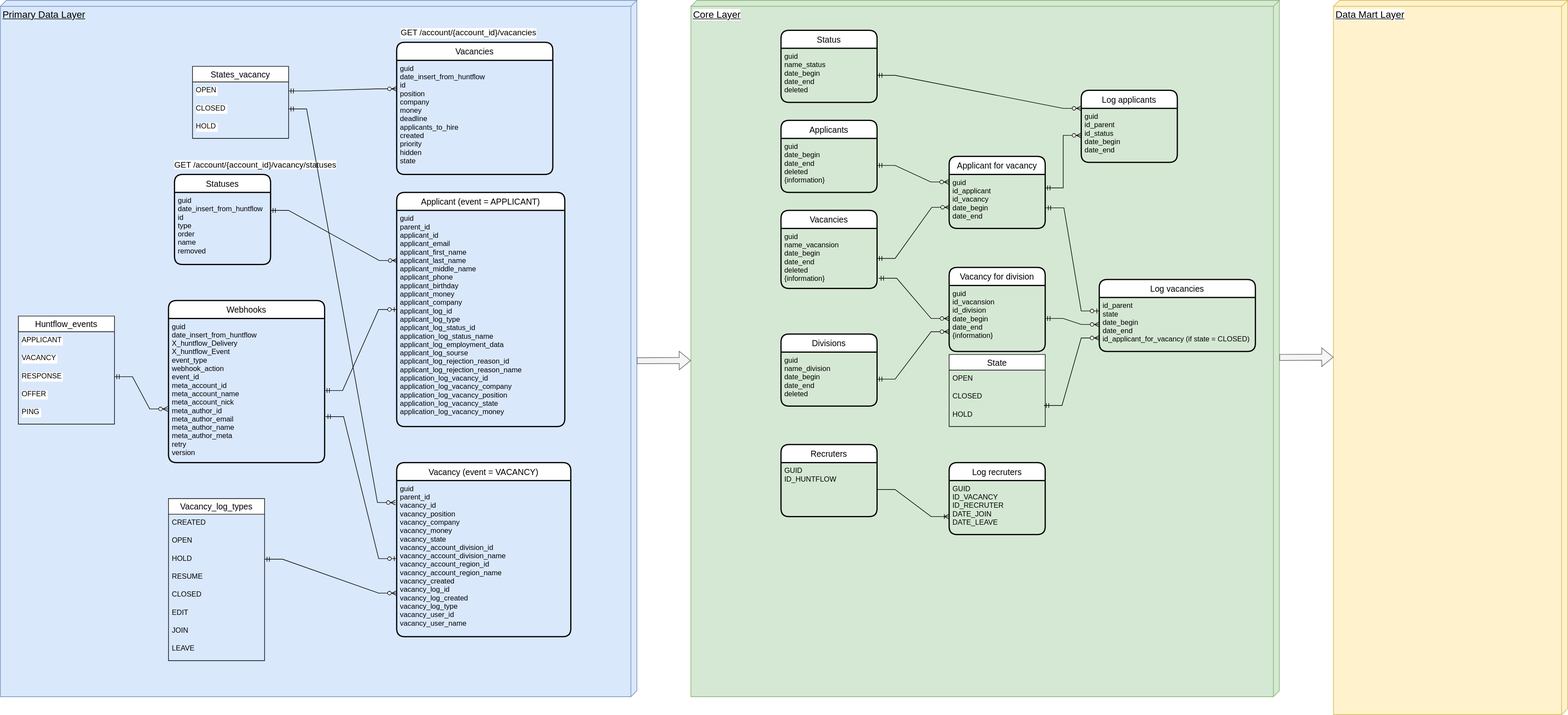
Before: er.drawio.svg, a diagram exported from draw.io (Rikanda/for_admitad). Source tidied: cells renumbered, new cells last; positions are measured from the earlier drawing's top-left corner, leaving out a move shared by most shapes.
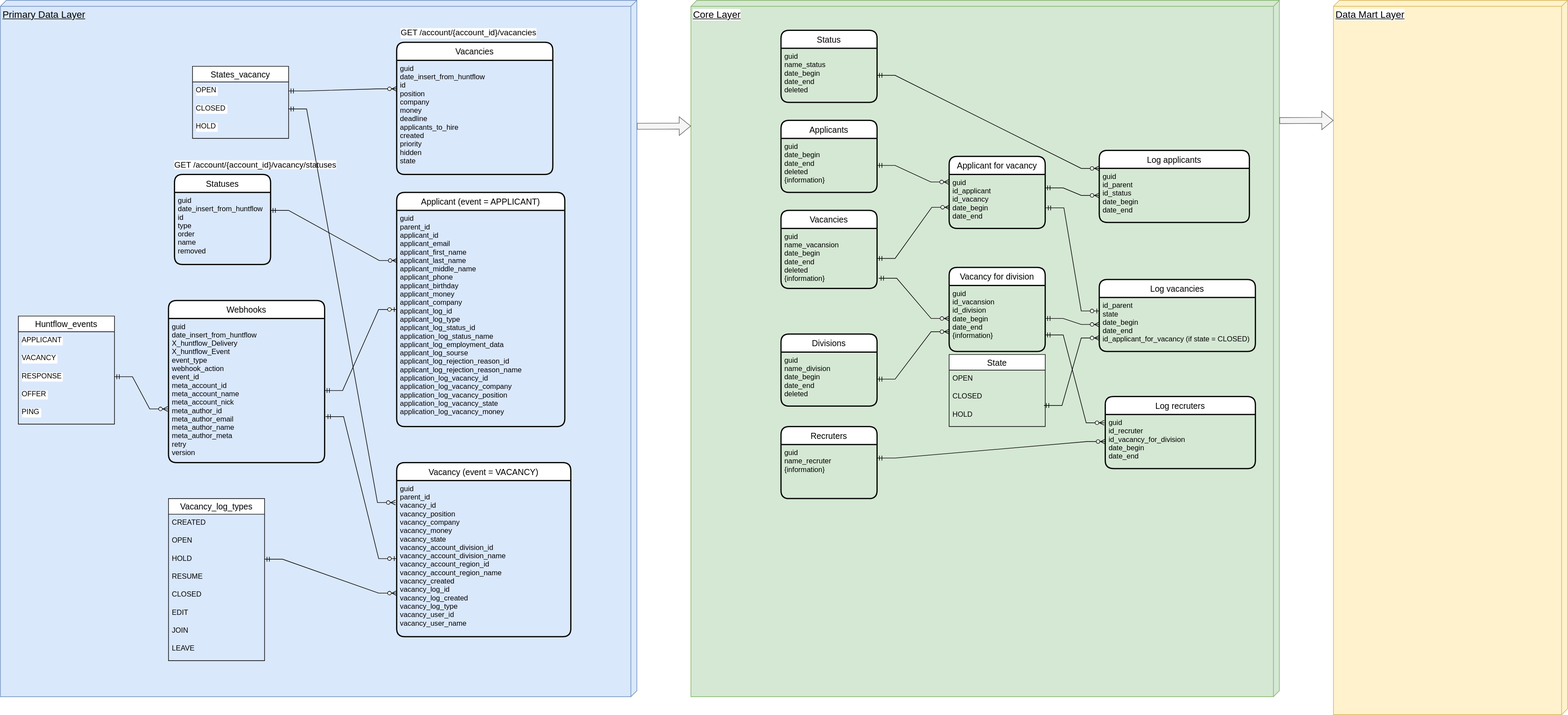
The same file after the commit.

What changed in the source:
```diff
@@ -18,9 +18,9 @@
       <mxGeometry y="30" width="160" height="100" as="geometry" />
     </mxCell>
     <mxCell id="7" value="Recruters" style="swimlane;horizontal=1;startSize=30;rounded=1;fontSize=14;fontStyle=0;strokeWidth=2;shadow=0;dashed=0;align=center;" parent="1" vertex="1">
-      <mxGeometry x="1300" y="740" width="160" height="120" as="geometry" />
+      <mxGeometry x="1300" y="710" width="160" height="120" as="geometry" />
     </mxCell>
-    <mxCell id="8" value="GUID&#10;ID_HUNTFLOW" style="align=left;strokeColor=none;fillColor=none;spacingLeft=4;fontSize=12;verticalAlign=top;" parent="7" vertex="1">
+    <mxCell id="8" value="guid&#10;name_recruter&#10;{information}" style="align=left;strokeColor=none;fillColor=none;spacingLeft=4;fontSize=12;verticalAlign=top;" parent="7" vertex="1">
       <mxGeometry y="30" width="160" height="90" as="geometry" />
     </mxCell>
     <mxCell id="9" value="Divisions" style="swimlane;horizontal=1;startSize=30;rounded=1;fontSize=14;fontStyle=0;strokeWidth=2;shadow=0;dashed=0;align=center;" parent="1" vertex="1">
@@ -54,16 +54,16 @@
       <mxGeometry y="30" width="160" height="90" as="geometry" />
     </mxCell>
     <mxCell id="19" value="Log applicants" style="swimlane;horizontal=1;startSize=30;rounded=1;fontSize=14;fontStyle=0;strokeWidth=2;shadow=0;dashed=0;align=center;" parent="1" vertex="1">
-      <mxGeometry x="1800" y="150" width="160" height="120" as="geometry" />
+      <mxGeometry x="1830" y="250" width="250" height="120" as="geometry" />
     </mxCell>
     <mxCell id="20" value="guid&#10;id_parent&#10;id_status&#10;date_begin&#10;date_end" style="align=left;strokeColor=none;fillColor=none;spacingLeft=4;fontSize=12;verticalAlign=top;" parent="19" vertex="1">
-      <mxGeometry y="30" width="160" height="90" as="geometry" />
+      <mxGeometry y="30" width="250" height="90" as="geometry" />
     </mxCell>
     <mxCell id="21" value="Log recruters" style="swimlane;horizontal=1;startSize=30;rounded=1;fontSize=14;fontStyle=0;strokeWidth=2;shadow=0;dashed=0;align=center;" parent="1" vertex="1">
-      <mxGeometry x="1580" y="770" width="160" height="120" as="geometry" />
+      <mxGeometry x="1840" y="660" width="250" height="120" as="geometry" />
     </mxCell>
-    <mxCell id="22" value="GUID&#10;ID_VACANCY&#10;ID_RECRUTER&#10;DATE_JOIN&#10;DATE_LEAVE" style="align=left;strokeColor=none;fillColor=none;spacingLeft=4;fontSize=12;verticalAlign=top;" parent="21" vertex="1">
-      <mxGeometry y="30" width="160" height="90" as="geometry" />
+    <mxCell id="22" value="guid&#10;id_recruter&#10;id_vacancy_for_division&#10;date_begin&#10;date_end" style="align=left;strokeColor=none;fillColor=none;spacingLeft=4;fontSize=12;verticalAlign=top;" parent="21" vertex="1">
+      <mxGeometry y="30" width="250" height="90" as="geometry" />
     </mxCell>
     <mxCell id="23" value="Log vacancies" style="swimlane;horizontal=1;startSize=30;rounded=1;fontSize=14;fontStyle=0;strokeWidth=2;shadow=0;dashed=0;align=center;" parent="1" vertex="1">
       <mxGeometry x="1830" y="465" width="260" height="120" as="geometry" />
@@ -71,9 +71,6 @@
     <mxCell id="24" value="id_parent&#10;state&#10;date_begin&#10;date_end&#10;id_applicant_for_vacancy (if state = CLOSED)" style="align=left;strokeColor=none;fillColor=none;spacingLeft=4;fontSize=12;verticalAlign=top;" parent="23" vertex="1">
       <mxGeometry y="30" width="260" height="90" as="geometry" />
     </mxCell>
-    <mxCell id="25" style="edgeStyle=entityRelationEdgeStyle;fontSize=12;html=1;endArrow=ERoneToMany;rounded=0;entryX=0;entryY=0.75;entryDx=0;entryDy=0;" parent="1" edge="1" source="8" target="21">
-      <mxGeometry relative="1" as="geometry" />
-    </mxCell>
     <mxCell id="26" value="Primary Data Layer" style="verticalAlign=top;align=left;spacingTop=8;spacingLeft=2;spacingRight=12;shape=cube;size=10;direction=south;fontStyle=4;html=1;fillColor=#dae8fc;strokeColor=#6c8ebf;fontSize=16;" parent="1" vertex="1">
       <mxGeometry width="1060" height="1160" as="geometry" />
     </mxCell>
@@ -196,14 +193,14 @@
     </mxCell>
     <mxCell id="66" style="shape=flexArrow;endArrow=classic;html=1;rounded=0;fontSize=16;fontColor=#000000;exitX=0.842;exitY=0;exitDx=0;exitDy=0;exitPerimeter=0;fillColor=#f5f5f5;strokeColor=#666666;" parent="1" edge="1">
       <mxGeometry relative="1" as="geometry">
-        <mxPoint x="2130" y="594.8" as="sourcePoint" />
-        <mxPoint x="2220" y="594.5" as="targetPoint" />
+        <mxPoint x="2130" y="200.3" as="sourcePoint" />
+        <mxPoint x="2220" y="200" as="targetPoint" />
       </mxGeometry>
     </mxCell>
     <mxCell id="67" style="shape=flexArrow;endArrow=classic;html=1;rounded=0;fontSize=16;fontColor=#000000;exitX=0.842;exitY=0;exitDx=0;exitDy=0;exitPerimeter=0;fillColor=#f5f5f5;strokeColor=#666666;" parent="1" edge="1">
       <mxGeometry relative="1" as="geometry">
-        <mxPoint x="1060" y="600.3" as="sourcePoint" />
-        <mxPoint x="1150" y="600" as="targetPoint" />
+        <mxPoint x="1060" y="209.8" as="sourcePoint" />
+        <mxPoint x="1150" y="209.5" as="targetPoint" />
       </mxGeometry>
     </mxCell>
     <mxCell id="68" value="Vacancy for division" style="swimlane;horizontal=1;startSize=30;rounded=1;fontSize=14;fontStyle=0;strokeWidth=2;shadow=0;dashed=0;align=center;labelBackgroundColor=#FFFFFF;fontColor=#000000;" parent="1" vertex="1">
@@ -239,5 +236,11 @@
     <mxCell id="78" style="edgeStyle=entityRelationEdgeStyle;fontSize=12;html=1;endArrow=ERzeroToMany;startArrow=ERmandOne;rounded=0;fontColor=#000000;exitX=1;exitY=0.25;exitDx=0;exitDy=0;" parent="1" edge="1" source="18" target="20">
       <mxGeometry relative="1" as="geometry" />
     </mxCell>
+    <mxCell id="79" style="edgeStyle=entityRelationEdgeStyle;fontSize=12;html=1;endArrow=ERzeroToMany;startArrow=ERmandOne;rounded=0;fontColor=#000000;exitX=1;exitY=0.25;exitDx=0;exitDy=0;" parent="1" edge="1" source="8" target="22">
+      <mxGeometry relative="1" as="geometry" />
+    </mxCell>
+    <mxCell id="80" style="edgeStyle=entityRelationEdgeStyle;fontSize=12;html=1;endArrow=ERzeroToMany;startArrow=ERmandOne;rounded=0;fontColor=#000000;exitX=1;exitY=0.75;exitDx=0;exitDy=0;entryX=-0.007;entryY=0.153;entryDx=0;entryDy=0;entryPerimeter=0;" parent="1" edge="1" source="69" target="22">
+      <mxGeometry relative="1" as="geometry" />
+    </mxCell>
   </root>
 </mxGraphModel>
```
